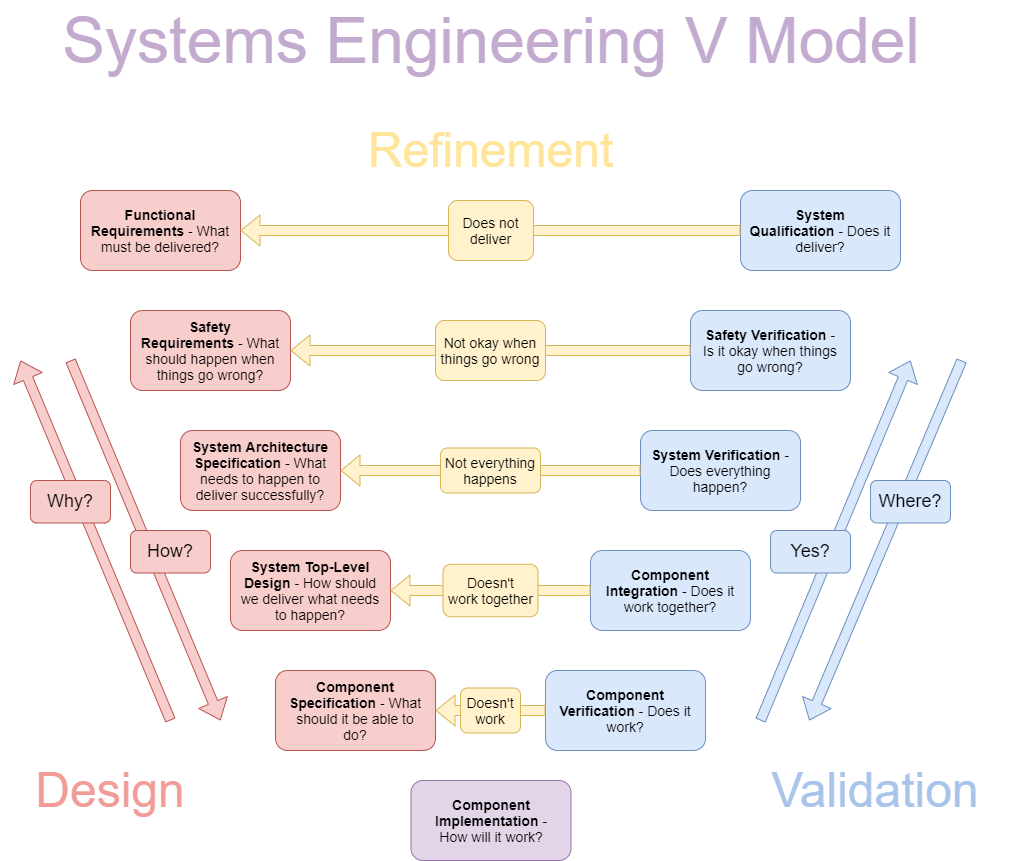
PurdueLunabotics/wiki keeps this draw.io diagram as wiki-images/Systems Engineering V Model.png. Above is the earlier version. Source tidied: cells renumbered, new cells last; positions are measured from the earlier drawing's top-left corner, leaving out a move shared by most shapes. Source of this version:
```xml
<mxGraphModel>
  <root>
    <mxCell id="0" />
    <mxCell id="1" parent="0" />
    <mxCell id="2" value="&lt;b style=&quot;font-size: 14px;&quot;&gt;Component Specification&lt;/b&gt;&amp;nbsp;- What should it be able to do?" style="rounded=1;whiteSpace=wrap;html=1;fillColor=#f8cecc;strokeColor=#b85450;spacing=4;spacingLeft=6;spacingRight=6;fontSize=14;" parent="1" vertex="1">
      <mxGeometry x="275" y="670" width="160" height="80" as="geometry" />
    </mxCell>
    <mxCell id="3" value="&lt;b style=&quot;font-size: 14px;&quot;&gt;Component Implementation&amp;nbsp;&lt;/b&gt;- How will it work?" style="rounded=1;whiteSpace=wrap;html=1;fillColor=#e1d5e7;strokeColor=#9673a6;spacing=4;spacingLeft=6;spacingRight=6;fontSize=14;" parent="1" vertex="1">
      <mxGeometry x="410.5" y="780" width="160" height="80" as="geometry" />
    </mxCell>
    <mxCell id="4" value="&lt;b style=&quot;font-size: 14px;&quot;&gt;System Top-Level Design&lt;/b&gt;&amp;nbsp;- How should we deliver what needs to happen?" style="rounded=1;whiteSpace=wrap;html=1;fillColor=#f8cecc;strokeColor=#b85450;spacing=4;spacingLeft=6;spacingRight=6;fontSize=14;" parent="1" vertex="1">
      <mxGeometry x="230" y="550" width="160" height="80" as="geometry" />
    </mxCell>
    <mxCell id="5" value="&lt;b style=&quot;font-size: 14px;&quot;&gt;Functional Requirements&lt;/b&gt;&amp;nbsp;- What must be delivered?" style="rounded=1;whiteSpace=wrap;html=1;fillColor=#f8cecc;strokeColor=#b85450;spacing=4;spacingLeft=6;spacingRight=6;fontSize=14;" parent="1" vertex="1">
      <mxGeometry x="80" y="190" width="160" height="80" as="geometry" />
    </mxCell>
    <mxCell id="6" value="&lt;b style=&quot;font-size: 14px;&quot;&gt;Safety Requirements&lt;/b&gt;&amp;nbsp;- What should happen when things go wrong?" style="rounded=1;whiteSpace=wrap;html=1;fillColor=#f8cecc;strokeColor=#b85450;spacing=4;spacingLeft=6;spacingRight=6;fontSize=14;" parent="1" vertex="1">
      <mxGeometry x="130" y="310" width="160" height="80" as="geometry" />
    </mxCell>
    <mxCell id="7" value="&lt;b style=&quot;font-size: 14px;&quot;&gt;System Architecture Specification&lt;/b&gt;&amp;nbsp;- What needs to happen to deliver successfully?" style="rounded=1;whiteSpace=wrap;html=1;fillColor=#f8cecc;strokeColor=#b85450;spacing=4;spacingLeft=6;spacingRight=6;fontSize=14;" parent="1" vertex="1">
      <mxGeometry x="180" y="430" width="160" height="80" as="geometry" />
    </mxCell>
    <mxCell id="8" value="&lt;b style=&quot;font-size: 14px;&quot;&gt;Component Verification&lt;/b&gt;&lt;b style=&quot;font-size: 14px;&quot;&gt;&amp;nbsp;&lt;/b&gt;- Does it work?" style="rounded=1;whiteSpace=wrap;html=1;fillColor=#dae8fc;strokeColor=#6c8ebf;spacing=4;spacingLeft=6;spacingRight=6;fontSize=14;" parent="1" vertex="1">
      <mxGeometry x="545" y="670" width="160" height="80" as="geometry" />
    </mxCell>
    <mxCell id="9" value="&lt;b style=&quot;font-size: 14px;&quot;&gt;Component Integration&lt;/b&gt;&lt;b style=&quot;font-size: 14px;&quot;&gt;&amp;nbsp;&lt;/b&gt;- Does it work together?" style="rounded=1;whiteSpace=wrap;html=1;fillColor=#dae8fc;strokeColor=#6c8ebf;spacing=4;spacingLeft=6;spacingRight=6;fontSize=14;" parent="1" vertex="1">
      <mxGeometry x="590" y="550" width="160" height="80" as="geometry" />
    </mxCell>
    <mxCell id="10" value="&lt;b style=&quot;font-size: 14px;&quot;&gt;System Verification&lt;/b&gt;&lt;b style=&quot;font-size: 14px;&quot;&gt;&amp;nbsp;&lt;/b&gt;- Does everything happen?" style="rounded=1;whiteSpace=wrap;html=1;fillColor=#dae8fc;strokeColor=#6c8ebf;spacing=4;spacingLeft=6;spacingRight=6;fontSize=14;" parent="1" vertex="1">
      <mxGeometry x="640" y="430" width="160" height="80" as="geometry" />
    </mxCell>
    <mxCell id="11" value="&lt;b style=&quot;font-size: 14px;&quot;&gt;Safety Verification&lt;/b&gt;&lt;b style=&quot;font-size: 14px;&quot;&gt;&amp;nbsp;&lt;/b&gt;- Is it okay when things go wrong?" style="rounded=1;whiteSpace=wrap;html=1;fillColor=#dae8fc;strokeColor=#6c8ebf;spacing=4;spacingLeft=6;spacingRight=6;fontSize=14;" parent="1" vertex="1">
      <mxGeometry x="690" y="310" width="160" height="80" as="geometry" />
    </mxCell>
    <mxCell id="12" value="&lt;b style=&quot;font-size: 14px;&quot;&gt;System Qualification&lt;/b&gt;&lt;b style=&quot;font-size: 14px;&quot;&gt;&amp;nbsp;&lt;/b&gt;- Does it deliver?" style="rounded=1;whiteSpace=wrap;html=1;fillColor=#dae8fc;strokeColor=#6c8ebf;spacing=4;spacingLeft=6;spacingRight=6;fontSize=14;" parent="1" vertex="1">
      <mxGeometry x="740" y="190" width="160" height="80" as="geometry" />
    </mxCell>
    <mxCell id="13" value="Design" style="text;html=1;strokeColor=none;fillColor=none;align=center;verticalAlign=middle;whiteSpace=wrap;rounded=0;fontSize=48;fontColor=#F19C99;" parent="1" vertex="1">
      <mxGeometry y="750" width="220" height="80" as="geometry" />
    </mxCell>
    <mxCell id="14" value="Validation" style="text;html=1;strokeColor=none;fillColor=none;align=center;verticalAlign=middle;whiteSpace=wrap;rounded=0;fontSize=48;fontColor=#A9C4EB;" parent="1" vertex="1">
      <mxGeometry x="730" y="750" width="290" height="80" as="geometry" />
    </mxCell>
    <mxCell id="15" value="Refinement" style="text;html=1;strokeColor=none;fillColor=none;align=center;verticalAlign=middle;whiteSpace=wrap;rounded=0;fontSize=48;fontColor=#FFE599;" parent="1" vertex="1">
      <mxGeometry x="313" y="110" width="354.5" height="80" as="geometry" />
    </mxCell>
    <mxCell id="16" style="shape=flexArrow;endArrow=classic;html=1;fontSize=14;fontColor=#FFE599;fillColor=#f8cecc;strokeColor=#b85450;" parent="1" edge="1">
      <mxGeometry relative="1" as="geometry">
        <mxPoint x="70" y="360" as="sourcePoint" />
        <mxPoint x="220" y="720" as="targetPoint" />
      </mxGeometry>
    </mxCell>
    <mxCell id="17" style="shape=flexArrow;endArrow=classic;html=1;fontSize=14;fontColor=#FFE599;fillColor=#f8cecc;strokeColor=#b85450;" parent="1" edge="1">
      <mxGeometry relative="1" as="geometry">
        <mxPoint x="170" y="720" as="sourcePoint" />
        <mxPoint x="20" y="360" as="targetPoint" />
      </mxGeometry>
    </mxCell>
    <mxCell id="18" value="&lt;font style=&quot;font-size: 18px&quot;&gt;Why?&lt;/font&gt;" style="rounded=1;whiteSpace=wrap;html=1;fontSize=14;fillColor=#f8cecc;strokeColor=#b85450;spacing=4;" parent="1" vertex="1">
      <mxGeometry x="30" y="480" width="80" height="42.5" as="geometry" />
    </mxCell>
    <mxCell id="19" value="&lt;font style=&quot;font-size: 18px&quot;&gt;How?&lt;/font&gt;" style="rounded=1;whiteSpace=wrap;html=1;fontSize=14;fillColor=#f8cecc;strokeColor=#b85450;spacing=4;" parent="1" vertex="1">
      <mxGeometry x="130" y="530" width="80" height="42.5" as="geometry" />
    </mxCell>
    <mxCell id="20" style="shape=flexArrow;endArrow=classic;html=1;fontSize=14;fontColor=#FFE599;fillColor=#dae8fc;strokeColor=#6c8ebf;" parent="1" edge="1">
      <mxGeometry relative="1" as="geometry">
        <mxPoint x="961.2" y="360" as="sourcePoint" />
        <mxPoint x="808.8" y="720" as="targetPoint" />
      </mxGeometry>
    </mxCell>
    <mxCell id="21" style="shape=flexArrow;endArrow=classic;html=1;fontSize=14;fontColor=#FFE599;fillColor=#dae8fc;strokeColor=#6c8ebf;" parent="1" edge="1">
      <mxGeometry relative="1" as="geometry">
        <mxPoint x="760" y="720" as="sourcePoint" />
        <mxPoint x="910" y="360" as="targetPoint" />
      </mxGeometry>
    </mxCell>
    <mxCell id="22" value="&lt;font style=&quot;font-size: 18px&quot;&gt;Where?&lt;/font&gt;" style="rounded=1;whiteSpace=wrap;html=1;fontSize=14;fillColor=#dae8fc;strokeColor=#6c8ebf;spacing=4;" parent="1" vertex="1">
      <mxGeometry x="870" y="480" width="80" height="42.5" as="geometry" />
    </mxCell>
    <mxCell id="23" style="shape=flexArrow;endArrow=classic;html=1;fontSize=14;fontColor=#FFE599;fillColor=#fff2cc;strokeColor=#d6b656;entryX=1;entryY=0.5;entryDx=0;entryDy=0;exitX=0;exitY=0.5;exitDx=0;exitDy=0;" parent="1" edge="1" source="12" target="5">
      <mxGeometry relative="1" as="geometry" />
    </mxCell>
    <mxCell id="24" value="&lt;font style=&quot;font-size: 18px&quot;&gt;Yes?&lt;/font&gt;" style="rounded=1;whiteSpace=wrap;html=1;fontSize=14;fillColor=#dae8fc;strokeColor=#6c8ebf;spacing=4;" parent="1" vertex="1">
      <mxGeometry x="770" y="530" width="80" height="42.5" as="geometry" />
    </mxCell>
    <mxCell id="25" value="Does not deliver" style="rounded=1;whiteSpace=wrap;html=1;fontSize=14;fillColor=#fff2cc;strokeColor=#d6b656;spacing=4;" parent="1" vertex="1">
      <mxGeometry x="448" y="200" width="85" height="60" as="geometry" />
    </mxCell>
    <mxCell id="26" style="shape=flexArrow;endArrow=classic;html=1;fontSize=14;fontColor=#FFE599;fillColor=#fff2cc;strokeColor=#d6b656;entryX=1;entryY=0.5;entryDx=0;entryDy=0;exitX=0;exitY=0.5;exitDx=0;exitDy=0;" parent="1" edge="1" source="11" target="6">
      <mxGeometry relative="1" as="geometry" />
    </mxCell>
    <mxCell id="27" value="Not okay when things go wrong" style="rounded=1;whiteSpace=wrap;html=1;fontSize=14;fillColor=#fff2cc;strokeColor=#d6b656;spacing=4;" parent="1" vertex="1">
      <mxGeometry x="435" y="320" width="110" height="60" as="geometry" />
    </mxCell>
    <mxCell id="28" style="shape=flexArrow;endArrow=classic;html=1;fontSize=14;fontColor=#FFE599;fillColor=#fff2cc;strokeColor=#d6b656;entryX=1;entryY=0.5;entryDx=0;entryDy=0;exitX=0;exitY=0.5;exitDx=0;exitDy=0;" parent="1" edge="1" source="10" target="7">
      <mxGeometry relative="1" as="geometry" />
    </mxCell>
    <mxCell id="29" value="Not everything happens" style="rounded=1;whiteSpace=wrap;html=1;fontSize=14;fillColor=#fff2cc;strokeColor=#d6b656;spacing=4;" parent="1" vertex="1">
      <mxGeometry x="440" y="447.5" width="100" height="45" as="geometry" />
    </mxCell>
    <mxCell id="30" style="shape=flexArrow;endArrow=classic;html=1;fontSize=14;fontColor=#FFE599;fillColor=#fff2cc;strokeColor=#d6b656;entryX=1;entryY=0.5;entryDx=0;entryDy=0;exitX=0;exitY=0.5;exitDx=0;exitDy=0;" parent="1" edge="1" source="9" target="4">
      <mxGeometry relative="1" as="geometry" />
    </mxCell>
    <mxCell id="31" value="Doesn't&lt;br&gt;work together" style="rounded=1;whiteSpace=wrap;html=1;fontSize=14;fillColor=#fff2cc;strokeColor=#d6b656;spacing=4;" parent="1" vertex="1">
      <mxGeometry x="442.5" y="563.8" width="95" height="52.5" as="geometry" />
    </mxCell>
    <mxCell id="32" style="shape=flexArrow;endArrow=classic;html=1;fontSize=14;fontColor=#FFE599;fillColor=#fff2cc;strokeColor=#d6b656;entryX=1;entryY=0.5;entryDx=0;entryDy=0;exitX=0;exitY=0.5;exitDx=0;exitDy=0;" parent="1" edge="1" source="8" target="2">
      <mxGeometry relative="1" as="geometry" />
    </mxCell>
    <mxCell id="33" value="Doesn't&lt;br&gt;work" style="rounded=1;whiteSpace=wrap;html=1;fontSize=14;fillColor=#fff2cc;strokeColor=#d6b656;spacing=4;" parent="1" vertex="1">
      <mxGeometry x="460" y="687.5" width="60" height="45" as="geometry" />
    </mxCell>
    <mxCell id="34" value="Systems Engineering V Model" style="text;html=1;strokeColor=none;fillColor=none;align=center;verticalAlign=middle;whiteSpace=wrap;rounded=0;fontSize=64;fontColor=#C3ABD0;" parent="1" vertex="1">
      <mxGeometry x="45.5" width="890" height="80" as="geometry" />
    </mxCell>
  </root>
</mxGraphModel>
```
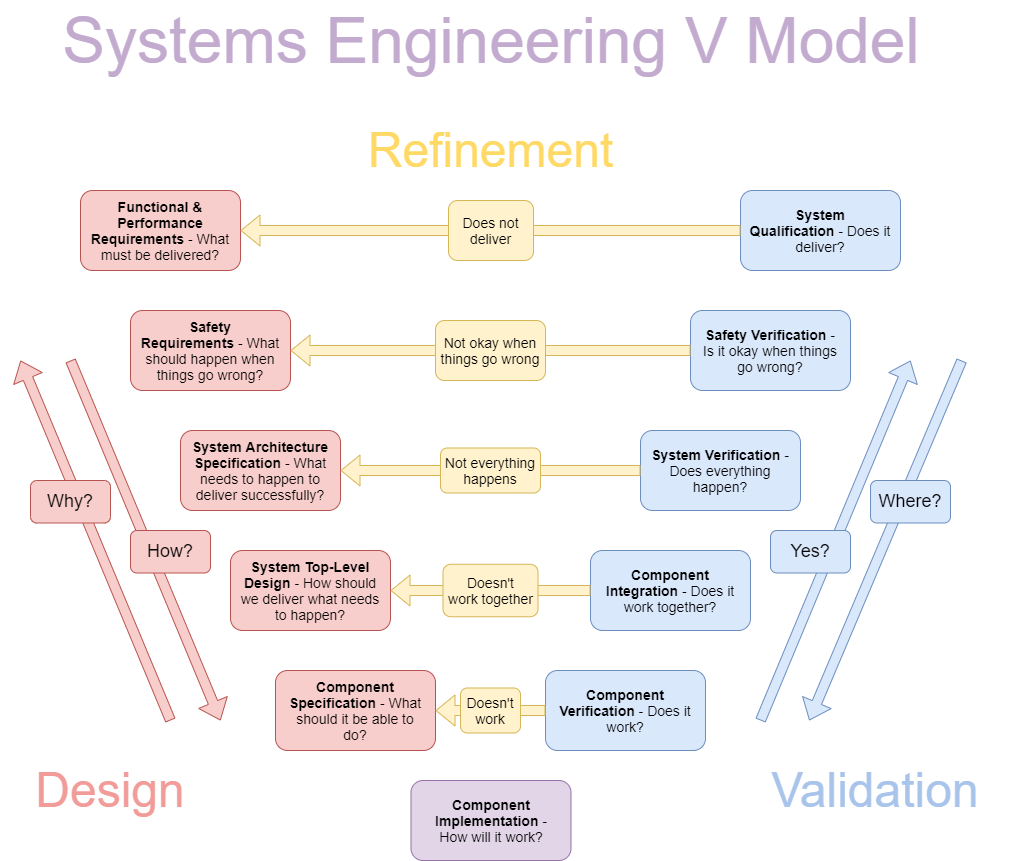
Above is the later version.

What changed in the source:
```diff
@@ -11,7 +11,7 @@
     <mxCell id="4" value="&lt;b style=&quot;font-size: 14px;&quot;&gt;System Top-Level Design&lt;/b&gt;&amp;nbsp;- How should we deliver what needs to happen?" style="rounded=1;whiteSpace=wrap;html=1;fillColor=#f8cecc;strokeColor=#b85450;spacing=4;spacingLeft=6;spacingRight=6;fontSize=14;" parent="1" vertex="1">
       <mxGeometry x="230" y="550" width="160" height="80" as="geometry" />
     </mxCell>
-    <mxCell id="5" value="&lt;b style=&quot;font-size: 14px;&quot;&gt;Functional Requirements&lt;/b&gt;&amp;nbsp;- What must be delivered?" style="rounded=1;whiteSpace=wrap;html=1;fillColor=#f8cecc;strokeColor=#b85450;spacing=4;spacingLeft=6;spacingRight=6;fontSize=14;" parent="1" vertex="1">
+    <mxCell id="5" value="&lt;b style=&quot;font-size: 14px&quot;&gt;Functional &amp;amp; Performance Requirements&lt;/b&gt;&amp;nbsp;- What must be delivered?" style="rounded=1;whiteSpace=wrap;html=1;fillColor=#f8cecc;strokeColor=#b85450;spacing=4;spacingLeft=6;spacingRight=6;fontSize=14;" parent="1" vertex="1">
       <mxGeometry x="80" y="190" width="160" height="80" as="geometry" />
     </mxCell>
     <mxCell id="6" value="&lt;b style=&quot;font-size: 14px;&quot;&gt;Safety Requirements&lt;/b&gt;&amp;nbsp;- What should happen when things go wrong?" style="rounded=1;whiteSpace=wrap;html=1;fillColor=#f8cecc;strokeColor=#b85450;spacing=4;spacingLeft=6;spacingRight=6;fontSize=14;" parent="1" vertex="1">
@@ -41,7 +41,7 @@
     <mxCell id="14" value="Validation" style="text;html=1;strokeColor=none;fillColor=none;align=center;verticalAlign=middle;whiteSpace=wrap;rounded=0;fontSize=48;fontColor=#A9C4EB;" parent="1" vertex="1">
       <mxGeometry x="730" y="750" width="290" height="80" as="geometry" />
     </mxCell>
-    <mxCell id="15" value="Refinement" style="text;html=1;strokeColor=none;fillColor=none;align=center;verticalAlign=middle;whiteSpace=wrap;rounded=0;fontSize=48;fontColor=#FFE599;" parent="1" vertex="1">
+    <mxCell id="15" value="Refinement" style="text;html=1;fillColor=none;align=center;verticalAlign=middle;whiteSpace=wrap;rounded=0;fontSize=48;labelBorderColor=none;fontColor=#FFD966;" parent="1" vertex="1">
       <mxGeometry x="313" y="110" width="354.5" height="80" as="geometry" />
     </mxCell>
     <mxCell id="16" style="shape=flexArrow;endArrow=classic;html=1;fontSize=14;fontColor=#FFE599;fillColor=#f8cecc;strokeColor=#b85450;" parent="1" edge="1">
```
